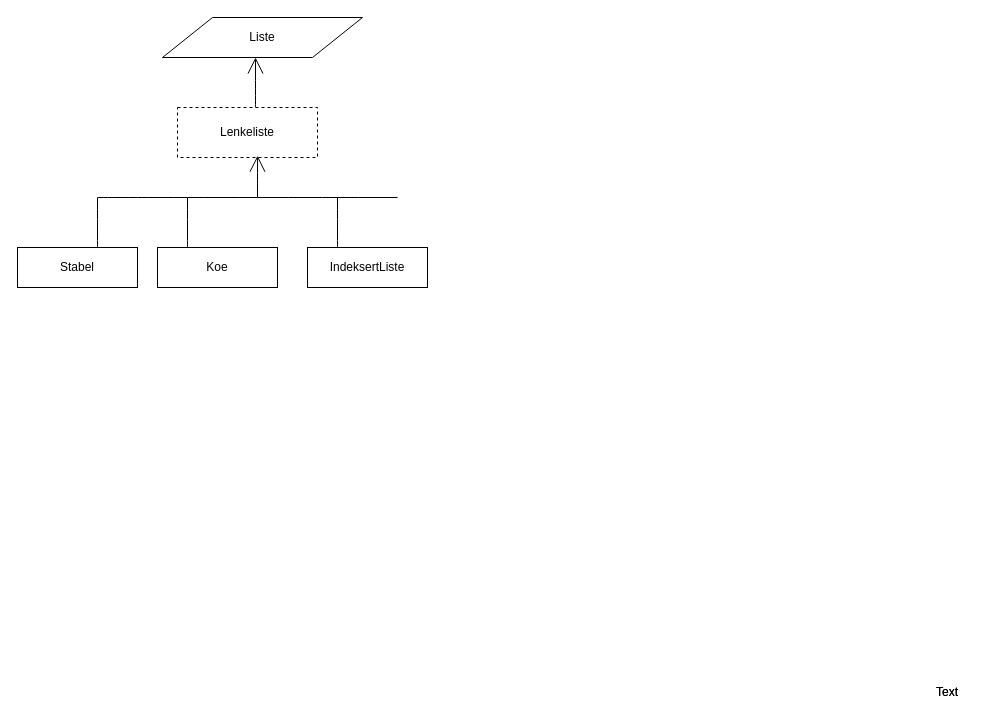
Above: klassehierarki_oblig3.drawio in maha897/Draw.io_figs (draw.io), before the change. Source tidied: cells renumbered, new cells numbered last; positions are measured from the earlier drawing's top-left corner, leaving out a move shared by most shapes. Both pictures are drawn from the tidied source at 100%, with x=0, y=0 at pixel (17, 17).
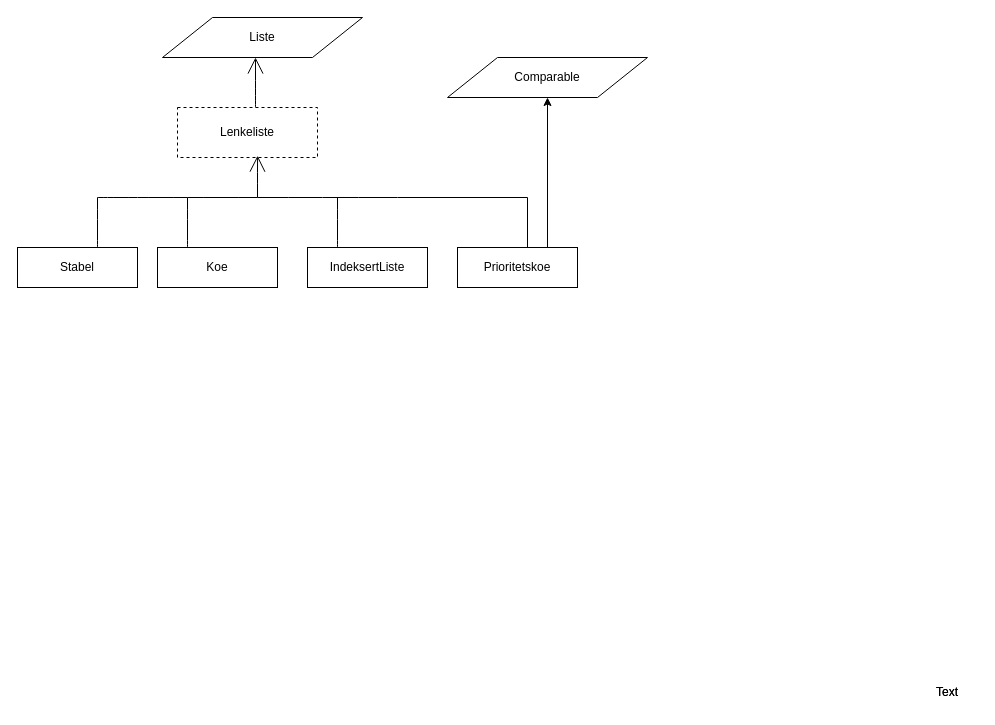
After the change.

What changed in the source:
```diff
@@
+    <mxCell id="21" style="endArrow=none;html=1;rounded=0;" parent="1" edge="1">
+      <mxGeometry relative="1" as="geometry">
+        <mxPoint x="380" y="180" as="sourcePoint" />
+        <mxPoint x="510" y="180" as="targetPoint" />
+      </mxGeometry>
+    </mxCell>
+    <mxCell id="22" style="endArrow=none;html=1;rounded=0;" parent="1" edge="1">
+      <mxGeometry relative="1" as="geometry">
+        <mxPoint x="510" y="230" as="sourcePoint" />
+        <mxPoint x="510" y="180" as="targetPoint" />
+      </mxGeometry>
+    </mxCell>
+    <mxCell id="23" value="Prioritetskoe" style="rounded=0;whiteSpace=wrap;html=1;" parent="1" vertex="1">
+      <mxGeometry x="440" y="230" width="120" height="40" as="geometry" />
+    </mxCell>
+    <mxCell id="24" style="endArrow=classic;html=1;rounded=0;exitX=0.75;exitY=0;exitDx=0;exitDy=0;" parent="1" edge="1" source="23">
+      <mxGeometry relative="1" as="geometry">
+        <mxPoint x="530" y="80" as="targetPoint" />
+      </mxGeometry>
+    </mxCell>
+    <mxCell id="25" value="Comparable" style="shape=parallelogram;perimeter=parallelogramPerimeter;whiteSpace=wrap;html=1;fixedSize=1;hachureGap=4;strokeWidth=1;size=50;" parent="1" vertex="1">
+      <mxGeometry x="430" y="40" width="200" height="40" as="geometry" />
+    </mxCell>
```
